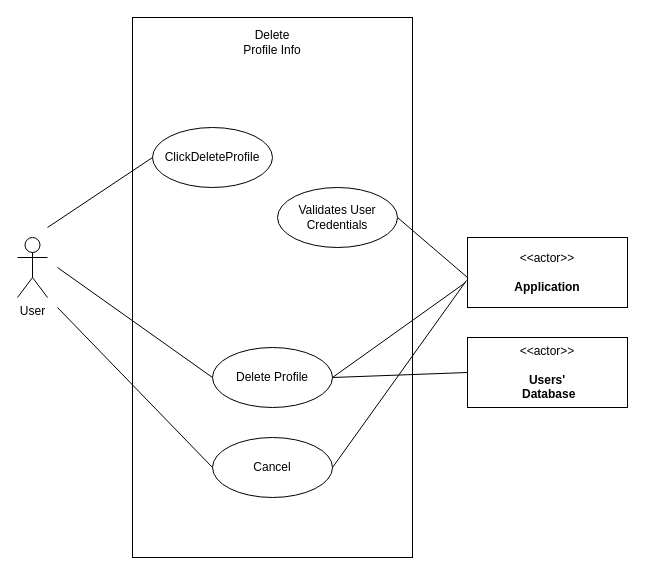
Before: page "DeleteProfile" (8 of 16) of Week-7-Team-04-Use Case Diagrams (2).drawio in Vaibhav-G-Parmar/Chronicle-Your-Ultimate-Travel-Companion, a draw.io diagram. Source tidied: cells renumbered, new cells numbered last; positions are measured from the earlier drawing's top-left corner, leaving out a move shared by most shapes. Both pictures are drawn from the tidied source at 100%, with x=0, y=0 at pixel (17, 17).
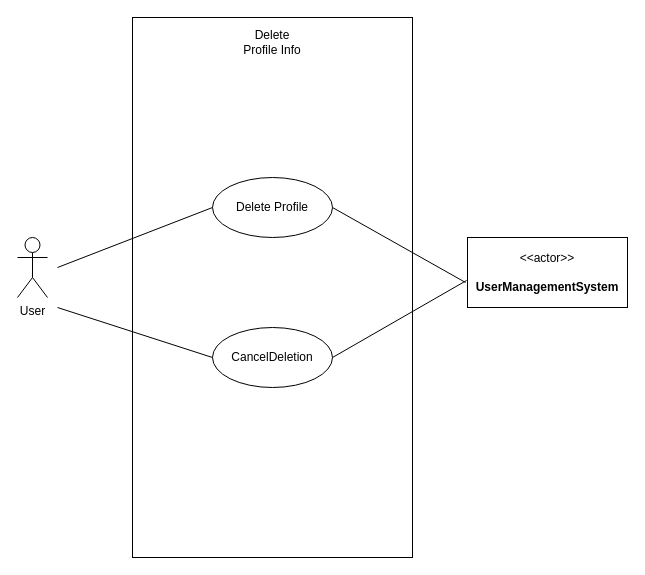
The same diagram, later.

Commit message:
cleaned up databases from first 8 use case diagrams

Diff of the diagram source:
```diff
@@
-    <mxCell id="3" value="ClickDeleteProfile" style="ellipse;whiteSpace=wrap;html=1;" parent="1" vertex="1">
-      <mxGeometry x="135" y="110" width="120" height="60" as="geometry" />
-    </mxCell>
@@
-    <mxCell id="5" value="&amp;lt;&amp;lt;actor&amp;gt;&amp;gt;&lt;br&gt;&lt;br&gt;&lt;b&gt;Application&lt;br&gt;&lt;/b&gt;" style="html=1;align=center;verticalAlign=middle;dashed=0;whiteSpace=wrap;" parent="1" vertex="1">
+    <mxCell id="5" value="&amp;lt;&amp;lt;actor&amp;gt;&amp;gt;&lt;br&gt;&lt;br&gt;&lt;b&gt;UserManagementSystem&lt;br&gt;&lt;/b&gt;" style="html=1;align=center;verticalAlign=middle;dashed=0;whiteSpace=wrap;" parent="1" vertex="1">
       <mxGeometry x="450" y="220" width="160" height="70" as="geometry" />
     </mxCell>
-    <mxCell id="6" style="endArrow=none;html=1;rounded=0;entryX=0;entryY=0.5;entryDx=0;entryDy=0;" parent="1" edge="1" target="3">
-      <mxGeometry relative="1" as="geometry">
-        <mxPoint x="30" y="210" as="sourcePoint" />
-      </mxGeometry>
-    </mxCell>
@@
     <mxCell id="8" value="Delete Profile" style="ellipse;whiteSpace=wrap;html=1;" parent="1" vertex="1">
-      <mxGeometry x="195" y="330" width="120" height="60" as="geometry" />
+      <mxGeometry x="195" y="160" width="120" height="60" as="geometry" />
     </mxCell>
@@
-    <mxCell id="10" value="Validates User Credentials" style="ellipse;whiteSpace=wrap;html=1;" parent="1" vertex="1">
-      <mxGeometry x="260" y="170" width="120" height="60" as="geometry" />
-    </mxCell>
-    <mxCell id="11" style="endArrow=none;html=1;rounded=0;exitX=1;exitY=0.5;exitDx=0;exitDy=0;" parent="1" edge="1" source="10">
-      <mxGeometry relative="1" as="geometry">
-        <mxPoint x="450" y="260" as="targetPoint" />
-      </mxGeometry>
-    </mxCell>
-    <mxCell id="12" value="Cancel" style="ellipse;whiteSpace=wrap;html=1;" parent="1" vertex="1">
-      <mxGeometry x="195" y="420" width="120" height="60" as="geometry" />
+    <mxCell id="12" value="CancelDeletion" style="ellipse;whiteSpace=wrap;html=1;" parent="1" vertex="1">
+      <mxGeometry x="195" y="310" width="120" height="60" as="geometry" />
     </mxCell>
@@
-    <mxCell id="16" value="&amp;lt;&amp;lt;actor&amp;gt;&amp;gt;&lt;br&gt;&lt;br&gt;&lt;b&gt;Users'&lt;br&gt;&amp;nbsp;Database&lt;br&gt;&lt;/b&gt;" style="html=1;align=center;verticalAlign=middle;dashed=0;whiteSpace=wrap;" parent="1" vertex="1">
-      <mxGeometry x="450" y="320" width="160" height="70" as="geometry" />
-    </mxCell>
-    <mxCell id="17" style="endArrow=none;html=1;rounded=0;exitX=1;exitY=0.5;exitDx=0;exitDy=0;entryX=0;entryY=0.5;entryDx=0;entryDy=0;" parent="1" edge="1" source="8" target="16">
-      <mxGeometry relative="1" as="geometry" />
-    </mxCell>
```
